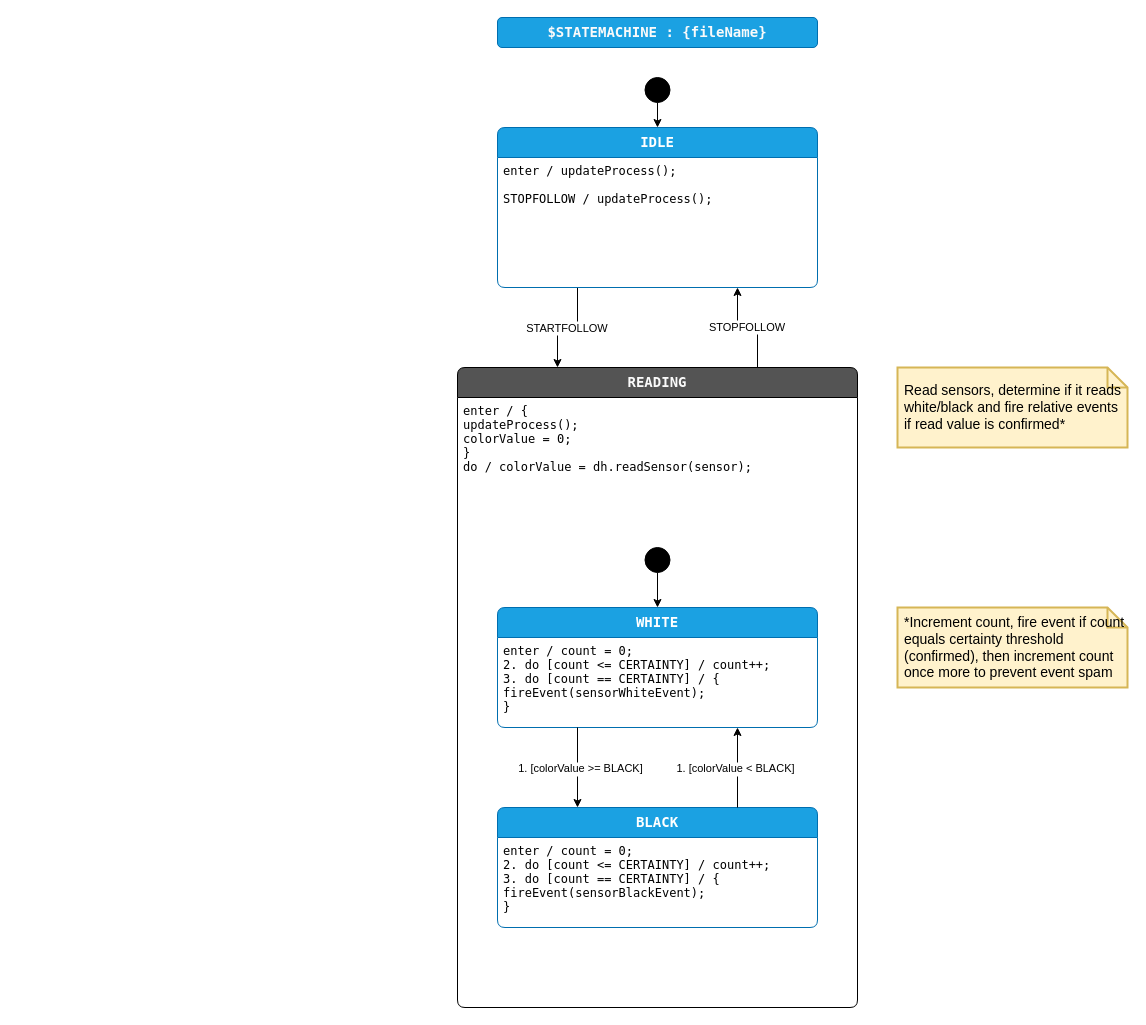
Earlier version of the draw.io diagram page "design" (1 of 3) of ss/Sm_Sensor_Generated.drawio (mp-deboer/LegoTank). Source tidied: cells renumbered, new cells numbered last; positions are measured from the earlier drawing's top-left corner, leaving out a move shared by most shapes. Both pictures are drawn from the tidied source at 100%, with x=0, y=0 at pixel (457, 17).
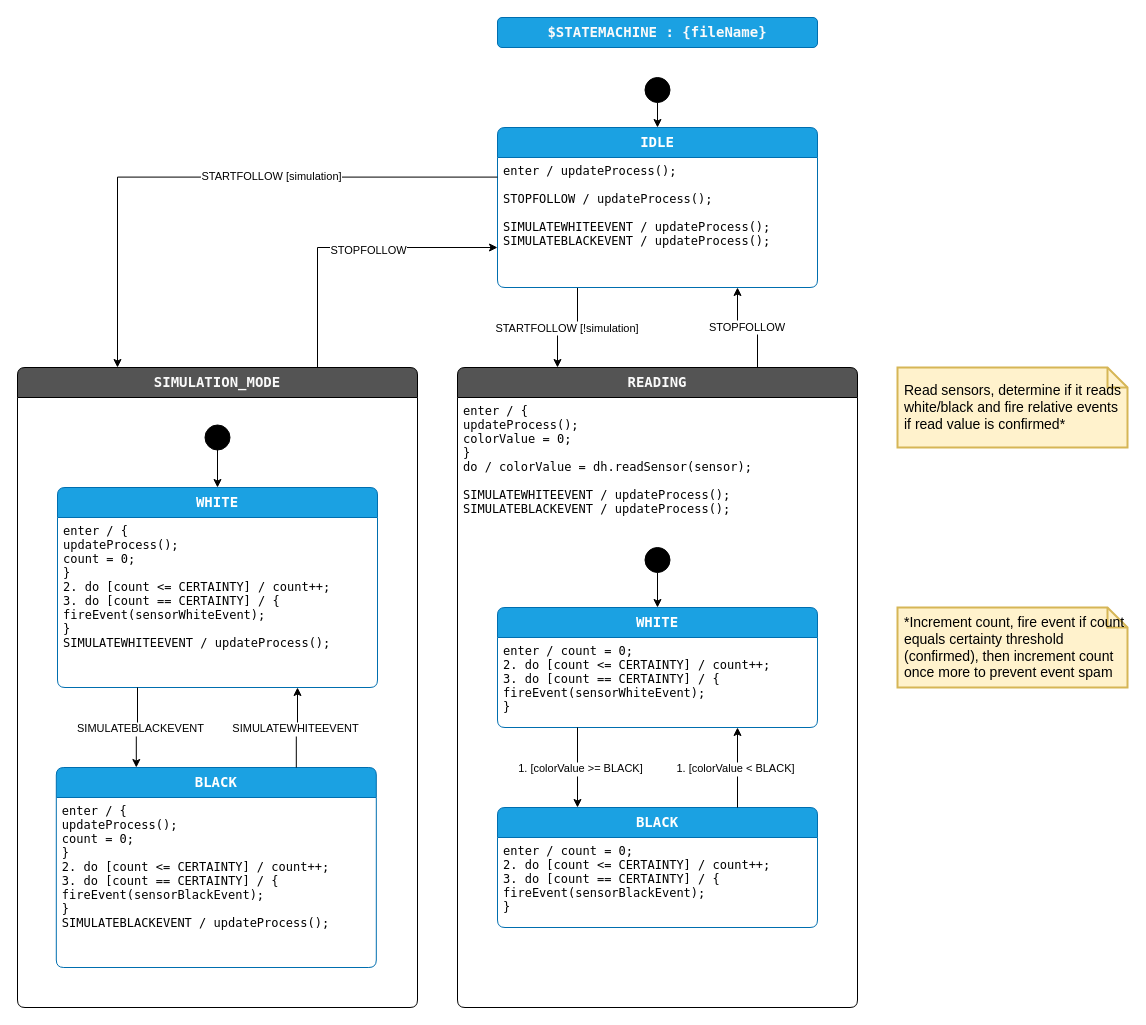
Above is the later version.

Commit message (it also covers changes not shown here):
Add Sensor simulation mode

The change refers to these unchanged cells:
```xml
<mxCell id="5" value="IDLE" style="shape=swimlane;align=center;verticalAlign=top;fontFamily=Lucida Console;startSize=30;fontSize=14;fontStyle=1;fontColor=#ffffff;fillColor=#1ba1e2;swimlaneFillColor=default;rounded=1;arcSize=15;absoluteArcSize=1;points=[[0,0,0,0,0],[0,0.06,0,0,0],[0,0.13,0,0,0],[0,0.19,0,0,0],[0,0.25,0,0,0],[0,0.31,0,0,0],[0,0.38,0,0,0],[0,0.44,0,0,0],[0,0.5,0,0,0],[0,0.56,0,0,0],[0,0.63,0,0,0],[0,0.69,0,0,0],[0,0.75,0,0,0],[0,0.81,0,0,0],[0,0.88,0,0,0],[0,0.94,0,0,0],[0,1,0,0,0],[0.06,0,0,0,0],[0.06,1,0,0,0],[0.13,0,0,0,0],[0.13,1,0,0,0],[0.19,0,0,0,0],[0.19,1,0,0,0],[0.25,0,0,0,0],[0.25,1,0,0,0],[0.31,0,0,0,0],[0.31,1,0,0,0],[0.38,0,0,0,0],[0.38,1,0,0,0],[0.44,0,0,0,0],[0.44,1,0,0,0],[0.5,0,0,0,0],[0.5,1,0,0,0],[0.56,0,0,0,0],[0.56,1,0,0,0],[0.63,0,0,0,0],[0.63,1,0,0,0],[0.69,0,0,0,0],[0.69,1,0,0,0],[0.75,0,0,0,0],[0.75,1,0,0,0],[0.81,0,0,0,0],[0.81,1,0,0,0],[0.88,0,0,0,0],[0.88,1,0,0,0],[0.94,0,0,0,0],[0.94,1,0,0,0],[1,0,0,0,0],[1,0.06,0,0,0],[1,0.13,0,0,0],[1,0.19,0,0,0],[1,0.25,0,0,0],[1,0.31,0,0,0],[1,0.38,0,0,0],[1,0.44,0,0,0],[1,0.5,0,0,0],[1,0.56,0,0,0],[1,0.63,0,0,0],[1,0.69,0,0,0],[1,0.75,0,0,0],[1,0.81,0,0,0],[1,0.88,0,0,0],[1,0.94,0,0,0],[1,1,0,0,0]];strokeColor=#006EAF;" parent="1" vertex="1">
  <mxGeometry x="40" y="110" width="320" height="160" as="geometry" />
</mxCell>
<mxCell id="9" value="READING" style="shape=swimlane;align=center;verticalAlign=top;fontFamily=Lucida Console;startSize=30;fontSize=14;fontStyle=1;fontColor=#FAFAFA;fillColor=#545454;swimlaneFillColor=default;rounded=1;arcSize=15;absoluteArcSize=1;points=[[0,0,0,0,0],[0,0.06,0,0,0],[0,0.13,0,0,0],[0,0.19,0,0,0],[0,0.25,0,0,0],[0,0.31,0,0,0],[0,0.38,0,0,0],[0,0.44,0,0,0],[0,0.5,0,0,0],[0,0.56,0,0,0],[0,0.63,0,0,0],[0,0.69,0,0,0],[0,0.75,0,0,0],[0,0.81,0,0,0],[0,0.88,0,0,0],[0,0.94,0,0,0],[0,1,0,0,0],[0.06,0,0,0,0],[0.06,1,0,0,0],[0.13,0,0,0,0],[0.13,1,0,0,0],[0.19,0,0,0,0],[0.19,1,0,0,0],[0.25,0,0,0,0],[0.25,1,0,0,0],[0.31,0,0,0,0],[0.31,1,0,0,0],[0.38,0,0,0,0],[0.38,1,0,0,0],[0.44,0,0,0,0],[0.44,1,0,0,0],[0.5,0,0,0,0],[0.5,1,0,0,0],[0.56,0,0,0,0],[0.56,1,0,0,0],[0.63,0,0,0,0],[0.63,1,0,0,0],[0.69,0,0,0,0],[0.69,1,0,0,0],[0.75,0,0,0,0],[0.75,1,0,0,0],[0.81,0,0,0,0],[0.81,1,0,0,0],[0.88,0,0,0,0],[0.88,1,0,0,0],[0.94,0,0,0,0],[0.94,1,0,0,0],[1,0,0,0,0],[1,0.06,0,0,0],[1,0.13,0,0,0],[1,0.19,0,0,0],[1,0.25,0,0,0],[1,0.31,0,0,0],[1,0.38,0,0,0],[1,0.44,0,0,0],[1,0.5,0,0,0],[1,0.56,0,0,0],[1,0.63,0,0,0],[1,0.69,0,0,0],[1,0.75,0,0,0],[1,0.81,0,0,0],[1,0.88,0,0,0],[1,0.94,0,0,0],[1,1,0,0,0]];strokeColor=default;" parent="1" vertex="1">
  <mxGeometry y="350" width="400" height="640" as="geometry" />
</mxCell>
```

Diff of the diagram source:
```diff
@@
-    <mxCell id="4" value="STARTFOLLOW" style="edgeStyle=orthogonalEdgeStyle;rounded=0;jettySize=auto;exitX=0.25;exitY=1;exitDx=0;exitDy=0;exitPerimeter=0;entryX=0.25;entryY=0;entryDx=0;entryDy=0;entryPerimeter=0;" parent="1" edge="1" source="5" target="9">
+    <mxCell id="4" value="STARTFOLLOW [!simulation]" style="edgeStyle=orthogonalEdgeStyle;rounded=0;jettySize=auto;exitX=0.25;exitY=1;exitDx=0;exitDy=0;exitPerimeter=0;entryX=0.25;entryY=0;entryDx=0;entryDy=0;entryPerimeter=0;" parent="1" edge="1" source="5" target="9">
       <mxGeometry relative="1" as="geometry" />
     </mxCell>
@@
-    <mxCell id="6" value="enter / updateProcess();&#10;&#10;STOPFOLLOW / updateProcess();" style="fontFamily=Lucida Console;align=left;verticalAlign=top;fillColor=none;gradientColor=none;strokeColor=none;rounded=0;spacingLeft=4;" parent="5" vertex="1">
-      <mxGeometry y="30" width="240" height="60" as="geometry" />
+    <mxCell id="6" value="enter / updateProcess();&#10;&#10;STOPFOLLOW / updateProcess();&#10;&#10;SIMULATEWHITEEVENT / updateProcess();&#10;SIMULATEBLACKEVENT / updateProcess();" style="fontFamily=Lucida Console;align=left;verticalAlign=top;fillColor=none;gradientColor=none;strokeColor=none;rounded=0;spacingLeft=4;" parent="5" vertex="1">
+      <mxGeometry y="30" width="290" height="100" as="geometry" />
     </mxCell>
@@
-    <mxCell id="10" value="enter / {&#10;updateProcess();&#10;colorValue = 0;&#10;}&#10;do / colorValue = dh.readSensor(sensor);" style="fontFamily=Lucida Console;align=left;verticalAlign=top;fillColor=none;gradientColor=none;strokeColor=none;rounded=0;spacingLeft=4;arcSize=15;absoluteArcSize=1;swimlaneFillColor=default;fontSize=12;fontColor=default;fontStyle=0;" parent="9" vertex="1">
-      <mxGeometry y="30" width="310" height="90" as="geometry" />
+    <mxCell id="10" value="enter / {&#10;updateProcess();&#10;colorValue = 0;&#10;}&#10;do / colorValue = dh.readSensor(sensor);&#10;&#10;SIMULATEWHITEEVENT / updateProcess();&#10;SIMULATEBLACKEVENT / updateProcess();" style="fontFamily=Lucida Console;align=left;verticalAlign=top;fillColor=none;gradientColor=none;strokeColor=none;rounded=0;spacingLeft=4;arcSize=15;absoluteArcSize=1;swimlaneFillColor=default;fontSize=12;fontColor=default;fontStyle=0;" parent="9" vertex="1">
+      <mxGeometry y="30" width="310" height="130" as="geometry" />
     </mxCell>
@@
+    <mxCell id="23" value="SIMULATION_MODE" style="shape=swimlane;align=center;verticalAlign=top;fontFamily=Lucida Console;startSize=30;fontSize=14;fontStyle=1;fontColor=#FAFAFA;fillColor=#545454;swimlaneFillColor=default;rounded=1;arcSize=15;absoluteArcSize=1;points=[[0,0,0,0,0],[0,0.06,0,0,0],[0,0.13,0,0,0],[0,0.19,0,0,0],[0,0.25,0,0,0],[0,0.31,0,0,0],[0,0.38,0,0,0],[0,0.44,0,0,0],[0,0.5,0,0,0],[0,0.56,0,0,0],[0,0.63,0,0,0],[0,0.69,0,0,0],[0,0.75,0,0,0],[0,0.81,0,0,0],[0,0.88,0,0,0],[0,0.94,0,0,0],[0,1,0,0,0],[0.06,0,0,0,0],[0.06,1,0,0,0],[0.13,0,0,0,0],[0.13,1,0,0,0],[0.19,0,0,0,0],[0.19,1,0,0,0],[0.25,0,0,0,0],[0.25,1,0,0,0],[0.31,0,0,0,0],[0.31,1,0,0,0],[0.38,0,0,0,0],[0.38,1,0,0,0],[0.44,0,0,0,0],[0.44,1,0,0,0],[0.5,0,0,0,0],[0.5,1,0,0,0],[0.56,0,0,0,0],[0.56,1,0,0,0],[0.63,0,0,0,0],[0.63,1,0,0,0],[0.69,0,0,0,0],[0.69,1,0,0,0],[0.75,0,0,0,0],[0.75,1,0,0,0],[0.81,0,0,0,0],[0.81,1,0,0,0],[0.88,0,0,0,0],[0.88,1,0,0,0],[0.94,0,0,0,0],[0.94,1,0,0,0],[1,0,0,0,0],[1,0.06,0,0,0],[1,0.13,0,0,0],[1,0.19,0,0,0],[1,0.25,0,0,0],[1,0.31,0,0,0],[1,0.38,0,0,0],[1,0.44,0,0,0],[1,0.5,0,0,0],[1,0.56,0,0,0],[1,0.63,0,0,0],[1,0.69,0,0,0],[1,0.75,0,0,0],[1,0.81,0,0,0],[1,0.88,0,0,0],[1,0.94,0,0,0],[1,1,0,0,0]];strokeColor=default;" parent="1" vertex="1">
+      <mxGeometry x="-440" y="350" width="400" height="640" as="geometry" />
+    </mxCell>
+    <mxCell id="24" style="fontFamily=Lucida Console;align=left;verticalAlign=top;fillColor=none;gradientColor=none;strokeColor=none;rounded=0;spacingLeft=4;arcSize=15;absoluteArcSize=1;swimlaneFillColor=default;fontSize=12;fontColor=default;fontStyle=0;" parent="23" vertex="1">
+      <mxGeometry y="30" width="50" height="40" as="geometry" />
+    </mxCell>
+    <mxCell id="25" value="$initial_state" style="shape=ellipse;fillColor=#000000;noLabel=1;" parent="23" vertex="1">
+      <mxGeometry x="187.5" y="57.5" width="25" height="25" as="geometry" />
+    </mxCell>
+    <mxCell id="26" value="WHITE" style="shape=swimlane;align=center;verticalAlign=top;fontFamily=Lucida Console;startSize=30;fontSize=14;fontStyle=1;fontColor=#ffffff;fillColor=#1ba1e2;swimlaneFillColor=default;rounded=1;arcSize=15;absoluteArcSize=1;points=[[0,0,0,0,0],[0,0.06,0,0,0],[0,0.13,0,0,0],[0,0.19,0,0,0],[0,0.25,0,0,0],[0,0.31,0,0,0],[0,0.38,0,0,0],[0,0.44,0,0,0],[0,0.5,0,0,0],[0,0.56,0,0,0],[0,0.63,0,0,0],[0,0.69,0,0,0],[0,0.75,0,0,0],[0,0.81,0,0,0],[0,0.88,0,0,0],[0,0.94,0,0,0],[0,1,0,0,0],[0.06,0,0,0,0],[0.06,1,0,0,0],[0.13,0,0,0,0],[0.13,1,0,0,0],[0.19,0,0,0,0],[0.19,1,0,0,0],[0.25,0,0,0,0],[0.25,1,0,0,0],[0.31,0,0,0,0],[0.31,1,0,0,0],[0.38,0,0,0,0],[0.38,1,0,0,0],[0.44,0,0,0,0],[0.44,1,0,0,0],[0.5,0,0,0,0],[0.5,1,0,0,0],[0.56,0,0,0,0],[0.56,1,0,0,0],[0.63,0,0,0,0],[0.63,1,0,0,0],[0.69,0,0,0,0],[0.69,1,0,0,0],[0.75,0,0,0,0],[0.75,1,0,0,0],[0.81,0,0,0,0],[0.81,1,0,0,0],[0.88,0,0,0,0],[0.88,1,0,0,0],[0.94,0,0,0,0],[0.94,1,0,0,0],[1,0,0,0,0],[1,0.06,0,0,0],[1,0.13,0,0,0],[1,0.19,0,0,0],[1,0.25,0,0,0],[1,0.31,0,0,0],[1,0.38,0,0,0],[1,0.44,0,0,0],[1,0.5,0,0,0],[1,0.56,0,0,0],[1,0.63,0,0,0],[1,0.69,0,0,0],[1,0.75,0,0,0],[1,0.81,0,0,0],[1,0.88,0,0,0],[1,0.94,0,0,0],[1,1,0,0,0]];strokeColor=#006EAF;" parent="23" vertex="1">
+      <mxGeometry x="40" y="120" width="320" height="200" as="geometry" />
+    </mxCell>
+    <mxCell id="27" value="enter / {&#10;updateProcess();&#10;count = 0;&#10;}&#10;2. do [count &lt;= CERTAINTY] / count++;&#10;3. do [count == CERTAINTY] / {&#10;fireEvent(sensorWhiteEvent);&#10;}&#10;SIMULATEWHITEEVENT / updateProcess();" style="fontFamily=Lucida Console;align=left;verticalAlign=top;fillColor=none;gradientColor=none;strokeColor=none;rounded=0;spacingLeft=4;" parent="26" vertex="1">
+      <mxGeometry y="30" width="290" height="140" as="geometry" />
+    </mxCell>
+    <mxCell id="28" value="BLACK" style="shape=swimlane;align=center;verticalAlign=top;fontFamily=Lucida Console;startSize=30;fontSize=14;fontStyle=1;fontColor=#ffffff;fillColor=#1ba1e2;swimlaneFillColor=default;rounded=1;arcSize=15;absoluteArcSize=1;points=[[0,0,0,0,0],[0,0.06,0,0,0],[0,0.13,0,0,0],[0,0.19,0,0,0],[0,0.25,0,0,0],[0,0.31,0,0,0],[0,0.38,0,0,0],[0,0.44,0,0,0],[0,0.5,0,0,0],[0,0.56,0,0,0],[0,0.63,0,0,0],[0,0.69,0,0,0],[0,0.75,0,0,0],[0,0.81,0,0,0],[0,0.88,0,0,0],[0,0.94,0,0,0],[0,1,0,0,0],[0.06,0,0,0,0],[0.06,1,0,0,0],[0.13,0,0,0,0],[0.13,1,0,0,0],[0.19,0,0,0,0],[0.19,1,0,0,0],[0.25,0,0,0,0],[0.25,1,0,0,0],[0.31,0,0,0,0],[0.31,1,0,0,0],[0.38,0,0,0,0],[0.38,1,0,0,0],[0.44,0,0,0,0],[0.44,1,0,0,0],[0.5,0,0,0,0],[0.5,1,0,0,0],[0.56,0,0,0,0],[0.56,1,0,0,0],[0.63,0,0,0,0],[0.63,1,0,0,0],[0.69,0,0,0,0],[0.69,1,0,0,0],[0.75,0,0,0,0],[0.75,1,0,0,0],[0.81,0,0,0,0],[0.81,1,0,0,0],[0.88,0,0,0,0],[0.88,1,0,0,0],[0.94,0,0,0,0],[0.94,1,0,0,0],[1,0,0,0,0],[1,0.06,0,0,0],[1,0.13,0,0,0],[1,0.19,0,0,0],[1,0.25,0,0,0],[1,0.31,0,0,0],[1,0.38,0,0,0],[1,0.44,0,0,0],[1,0.5,0,0,0],[1,0.56,0,0,0],[1,0.63,0,0,0],[1,0.69,0,0,0],[1,0.75,0,0,0],[1,0.81,0,0,0],[1,0.88,0,0,0],[1,0.94,0,0,0],[1,1,0,0,0]];strokeColor=#006EAF;" parent="23" vertex="1">
+      <mxGeometry x="38.8" y="400" width="320" height="200" as="geometry" />
+    </mxCell>
+    <mxCell id="29" value="enter / {&#10;updateProcess();&#10;count = 0;&#10;}&#10;2. do [count &lt;= CERTAINTY] / count++;&#10;3. do [count == CERTAINTY] / {&#10;fireEvent(sensorBlackEvent);&#10;}&#10;SIMULATEBLACKEVENT / updateProcess();" style="fontFamily=Lucida Console;align=left;verticalAlign=top;fillColor=none;gradientColor=none;strokeColor=none;rounded=0;spacingLeft=4;" parent="28" vertex="1">
+      <mxGeometry y="30" width="290" height="140" as="geometry" />
+    </mxCell>
+    <mxCell id="30" style="edgeStyle=orthogonalEdgeStyle;rounded=0;jettySize=auto;exitX=0.5;exitY=1;exitDx=0;exitDy=0;entryX=0.5;entryY=0;entryDx=0;entryDy=0;entryPerimeter=0;" parent="23" edge="1" source="25" target="26">
+      <mxGeometry relative="1" as="geometry" />
+    </mxCell>
+    <mxCell id="31" style="edgeStyle=orthogonalEdgeStyle;rounded=0;jettySize=auto;exitX=0.25;exitY=1;exitDx=0;exitDy=0;exitPerimeter=0;entryX=0.25;entryY=0;entryDx=0;entryDy=0;entryPerimeter=0;" parent="23" edge="1" source="26" target="28">
+      <mxGeometry relative="1" as="geometry" />
+    </mxCell>
+    <mxCell id="32" value="SIMULATEBLACKEVENT" style="edgeLabel;align=center;verticalAlign=middle;" parent="31" vertex="1">
+      <mxGeometry x="-0.26" relative="1" as="geometry">
+        <mxPoint x="3" y="10" as="offset" />
+      </mxGeometry>
+    </mxCell>
+    <mxCell id="33" style="edgeStyle=orthogonalEdgeStyle;rounded=0;jettySize=auto;html=1;exitX=0.75;exitY=0;exitDx=0;exitDy=0;exitPerimeter=0;entryX=0.75;entryY=1;entryDx=0;entryDy=0;entryPerimeter=0;" parent="23" edge="1" source="28" target="26">
+      <mxGeometry relative="1" as="geometry" />
+    </mxCell>
+    <mxCell id="34" value="SIMULATEWHITEEVENT" style="edgeLabel;align=center;verticalAlign=middle;" parent="33" vertex="1">
+      <mxGeometry x="0.2" y="1" relative="1" as="geometry">
+        <mxPoint x="-1" y="8" as="offset" />
+      </mxGeometry>
+    </mxCell>
+    <mxCell id="35" style="edgeStyle=orthogonalEdgeStyle;rounded=0;jettySize=auto;exitX=0;exitY=0.31;exitDx=0;exitDy=0;exitPerimeter=0;entryX=0.25;entryY=0;entryDx=0;entryDy=0;entryPerimeter=0;" parent="1" edge="1" source="5" target="23">
+      <mxGeometry relative="1" as="geometry" />
+    </mxCell>
+    <mxCell id="36" value="STARTFOLLOW [simulation]" style="edgeLabel;html=1;align=center;verticalAlign=middle;" parent="35" vertex="1">
+      <mxGeometry x="-0.2" y="-1" relative="1" as="geometry">
+        <mxPoint x="1" as="offset" />
+      </mxGeometry>
+    </mxCell>
+    <mxCell id="37" style="edgeStyle=orthogonalEdgeStyle;rounded=0;jettySize=auto;exitX=0.75;exitY=0;exitDx=0;exitDy=0;exitPerimeter=0;entryX=0;entryY=0.75;entryDx=0;entryDy=0;entryPerimeter=0;" parent="1" edge="1" source="23" target="5">
+      <mxGeometry relative="1" as="geometry" />
+    </mxCell>
+    <mxCell id="38" value="STOPFOLLOW" style="edgeLabel;html=1;align=center;verticalAlign=middle;" parent="37" vertex="1">
+      <mxGeometry x="0.13" y="-1" relative="1" as="geometry">
+        <mxPoint x="1" y="1" as="offset" />
+      </mxGeometry>
+    </mxCell>
```
